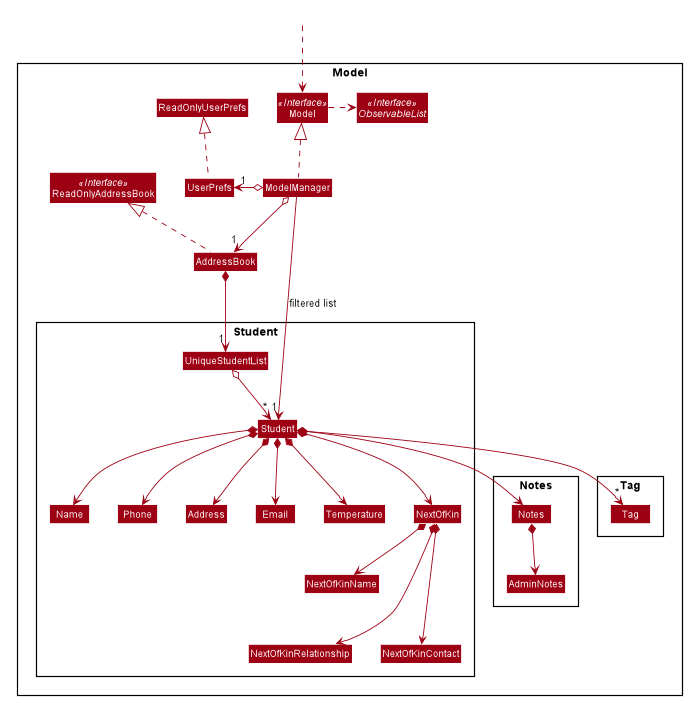
Above: images/ModelClassDiagram.png in AY1920S2-CS2103T-W12-2/main (PlantUML), before the change. Its diagram source:
```plantuml
@startuml








skinparam BackgroundColor #FFFFFFF

skinparam Shadowing false

skinparam Class {
    FontColor #FFFFFF
    BorderThickness 1
    BorderColor #FFFFFF
    StereotypeFontColor #FFFFFF
    FontName Arial
}

skinparam Actor {
    BorderColor #000000
    Color #000000
    FontName Arial
}

skinparam Sequence {
    MessageAlign center
    BoxFontSize 15
    BoxPadding 0
    BoxFontColor #FFFFFF
    FontName Arial
}

skinparam Participant {
    FontColor #FFFFFFF
    Padding 20
}

skinparam MinClassWidth 50
skinparam ParticipantPadding 10
skinparam Shadowing false
skinparam DefaultTextAlignment center
skinparam packageStyle Rectangle

hide footbox
hide members
hide circle
skinparam arrowThickness 1.1
skinparam arrowColor #9D0012
skinparam classBackgroundColor #9D0012

Package Model <<Rectangle>>{
Interface ReadOnlyAddressBook <<Interface>>
Interface Model <<Interface>>
Interface ObservableList <<Interface>>
Class AddressBook
Class ReadOnlyAddressBook
Class Model
Class ModelManager
Class UserPrefs
Class ReadOnlyUserPrefs
Class Notes

Package Student {
Class Student
Class Address
Class Email
Class Name
Class Phone
Class UniqueStudentList
Class Temperature
Class NextOfKin
NextOfKin *--> NextOfKinName
NextOfKin *---> NextOfKinRelationship
NextOfKin *---> NextOfKinContact
}

Package Notes {
Class Notes
Class AdminNotes
Notes *--> AdminNotes
}

Package Tag {
Class Tag
}
}

Class HiddenOutside #FFFFFF
HiddenOutside ..> Model

AddressBook .up.|> ReadOnlyAddressBook

ModelManager .up.|> Model
Model .right.> ObservableList
ModelManager o--> "1" AddressBook
ModelManager o-left-> "1" UserPrefs
UserPrefs .up.|> ReadOnlyUserPrefs

AddressBook *--> "1" UniqueStudentList
UniqueStudentList o--> "*" Student
Student *--> Name
Student *--> Phone
Student *--> Email
Student *--> Address
Student *--> "*" Tag
Student *--> Temperature
Student *--> NextOfKin
Student *--> Notes



Name -[hidden]right-> Phone
Phone -[hidden]right-> Address
Address -[hidden]right-> Email

ModelManager -->"1" Student : filtered list
@enduml
```
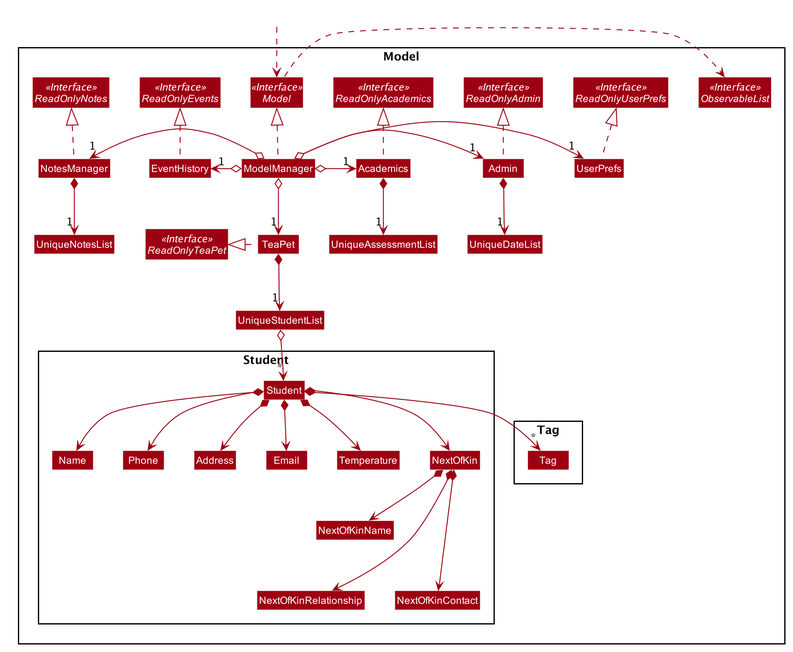
After the commit.

Diff of the diagram source:
```diff
@@ -52,16 +52,35 @@
 skinparam classBackgroundColor #9D0012
 
 Package Model <<Rectangle>>{
-Interface ReadOnlyAddressBook <<Interface>>
+Interface ReadOnlyTeaPet <<Interface>>
 Interface Model <<Interface>>
 Interface ObservableList <<Interface>>
-Class AddressBook
-Class ReadOnlyAddressBook
-Class Model
+Interface ReadOnlyUserPrefs <<Interface>>
+Class TeaPet
 Class ModelManager
 Class UserPrefs
-Class ReadOnlyUserPrefs
-Class Notes
+
+Interface ReadOnlyAcademics <<Interface>>
+Interface ReadOnlyAdmin <<Interface>>
+Interface ReadOnlyNotes <<Interface>>
+Interface ReadOnlyEvents <<Interface>>
+
+Class Academics
+Class Admin
+Class NotesManager
+Class EventHistory
+Class UniqueStudentList
+Class UniqueAssessmentList
+Class UniqueDateList
+Class UniqueNotesList
+
+Academics .up.|> ReadOnlyAcademics
+Admin .up.|> ReadOnlyAdmin
+NotesManager .up.|> ReadOnlyNotes
+EventHistory .up.|> ReadOnlyEvents
+UserPrefs .up.|> ReadOnlyUserPrefs
+TeaPet .left.|> ReadOnlyTeaPet
+
 
 Package Student {
 Class Student
@@ -69,18 +88,11 @@
 Class Email
 Class Name
 Class Phone
-Class UniqueStudentList
 Class Temperature
 Class NextOfKin
 NextOfKin *--> NextOfKinName
 NextOfKin *---> NextOfKinRelationship
 NextOfKin *---> NextOfKinContact
-}
-
-Package Notes {
-Class Notes
-Class AdminNotes
-Notes *--> AdminNotes
 }
 
 Package Tag {
@@ -91,15 +103,21 @@
 Class HiddenOutside #FFFFFF
 HiddenOutside ..> Model
 
-AddressBook .up.|> ReadOnlyAddressBook
-
 ModelManager .up.|> Model
 Model .right.> ObservableList
-ModelManager o--> "1" AddressBook
-ModelManager o-left-> "1" UserPrefs
-UserPrefs .up.|> ReadOnlyUserPrefs
+ModelManager o--> "1" TeaPet
+ModelManager o-right-> "1" Academics
+ModelManager o-right-> "1" Admin
+ModelManager o-left-> "1" NotesManager
+ModelManager o-left-> "1" EventHistory
+ModelManager o-right-> "1" UserPrefs
 
-AddressBook *--> "1" UniqueStudentList
+Academics *--> "1" UniqueAssessmentList
+Admin *--> "1" UniqueDateList
+NotesManager *--> "1" UniqueNotesList
+
+TeaPet *--> "1" UniqueStudentList
+
 UniqueStudentList o--> "*" Student
 Student *--> Name
 Student *--> Phone
@@ -108,13 +126,10 @@
 Student *--> "*" Tag
 Student *--> Temperature
 Student *--> NextOfKin
-Student *--> Notes
-
 
 
 Name -[hidden]right-> Phone
 Phone -[hidden]right-> Address
 Address -[hidden]right-> Email
 
-ModelManager -->"1" Student : filtered list
 @enduml
```
